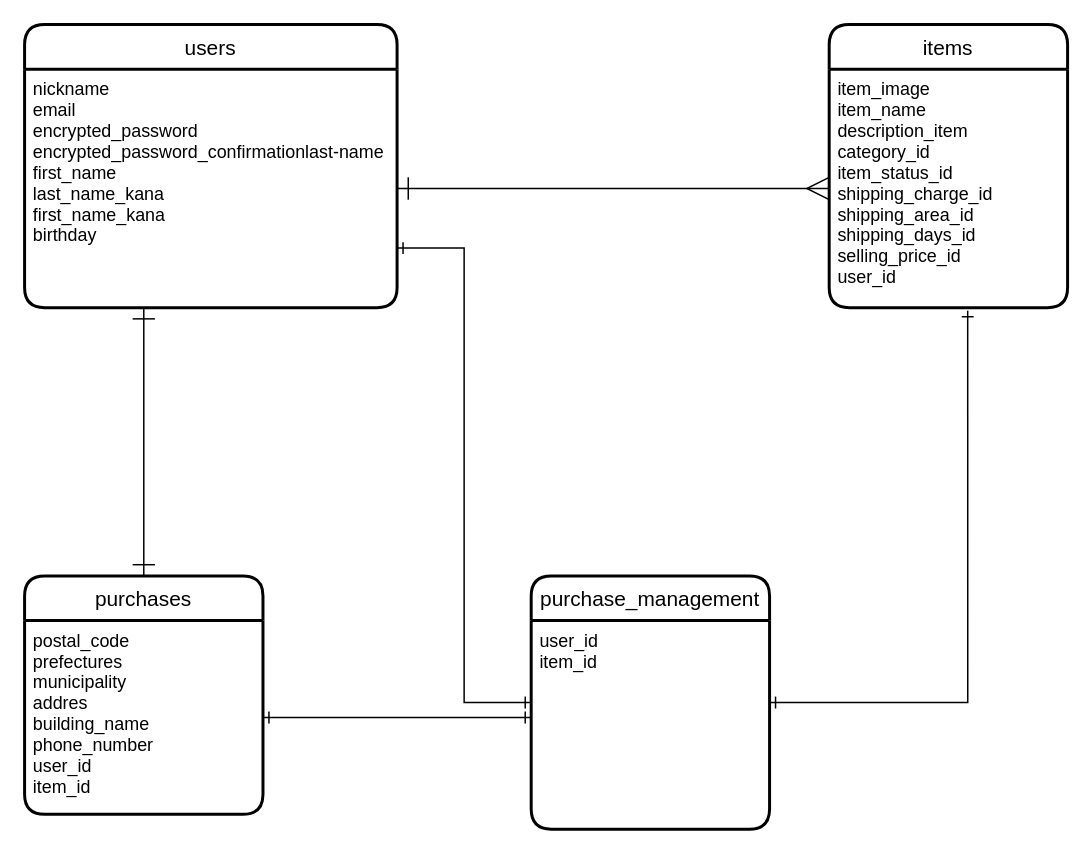
The draw.io diagram furima-35215.dio in bkrcap/furima-35215, before the edit. Source tidied: cells renumbered, new cells numbered last; positions are measured from the earlier drawing's top-left corner, leaving out a move shared by most shapes. Both pictures are drawn from the tidied source at 149%, with x=0, y=0 at pixel (24, 24).
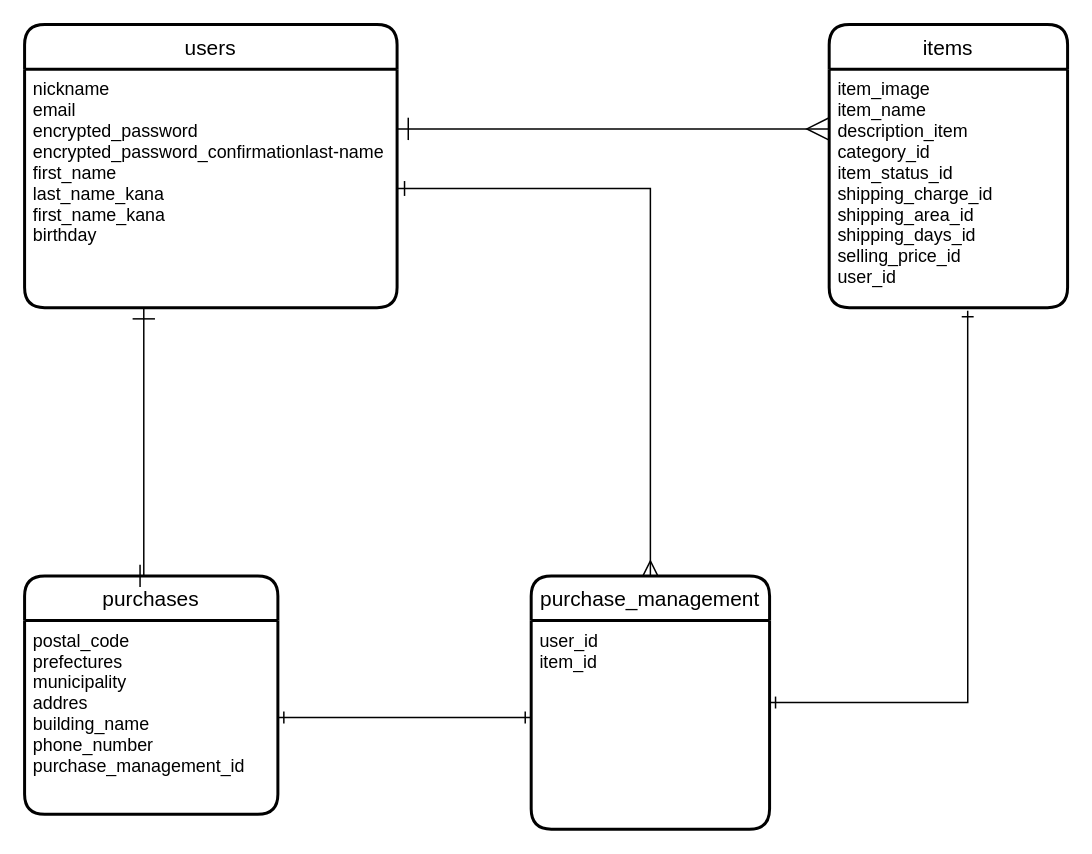
Above is the later version.

Commit message (it also covers changes not shown here):
READ.meの修正(4回目)

The edit, as a diff of the source:
```diff
@@
 <mxGraphModel>
   <root>
     <mxCell id="0" />
     <mxCell id="1" parent="0" />
     <mxCell id="2" value="users" style="swimlane;horizontal=1;startSize=30;rounded=1;fontSize=14;fontStyle=0;strokeWidth=2;shadow=0;dashed=0;align=center;" parent="1" vertex="1">
       <mxGeometry width="250" height="190" as="geometry" />
     </mxCell>
     <mxCell id="3" value="nickname&#10;email&#10;encrypted_password&#10;encrypted_password_confirmationlast-name&#10;first_name&#10;last_name_kana&#10;first_name_kana&#10;birthday" style="align=left;strokeColor=none;fillColor=none;spacingLeft=4;fontSize=12;verticalAlign=top;" parent="2" vertex="1">
       <mxGeometry y="30" width="250" height="160" as="geometry" />
     </mxCell>
     <mxCell id="4" value="items" style="swimlane;horizontal=1;startSize=30;rounded=1;fontSize=14;fontStyle=0;strokeWidth=2;shadow=0;dashed=0;align=center;" parent="1" vertex="1">
       <mxGeometry x="540" width="160" height="190" as="geometry" />
     </mxCell>
     <mxCell id="5" value="item_image&#10;item_name&#10;description_item&#10;category_id&#10;item_status_id&#10;shipping_charge_id&#10;shipping_area_id&#10;shipping_days_id&#10;selling_price_id&#10;user_id" style="align=left;strokeColor=none;fillColor=none;spacingLeft=4;fontSize=12;verticalAlign=top;" parent="4" vertex="1">
       <mxGeometry y="30" width="160" height="160" as="geometry" />
     </mxCell>
     <mxCell id="6" value="purchases" style="swimlane;horizontal=1;startSize=30;rounded=1;fontSize=14;fontStyle=0;strokeWidth=2;shadow=0;dashed=0;align=center;" parent="1" vertex="1">
-      <mxGeometry y="370" width="160" height="160" as="geometry" />
+      <mxGeometry y="370" width="170" height="160" as="geometry" />
     </mxCell>
-    <mxCell id="7" value="postal_code&#10;prefectures&#10;municipality&#10;addres&#10;building_name&#10;phone_number&#10;user_id&#10;item_id" style="align=left;strokeColor=none;fillColor=none;spacingLeft=4;fontSize=12;verticalAlign=top;" parent="6" vertex="1">
-      <mxGeometry y="30" width="160" height="130" as="geometry" />
+    <mxCell id="7" value="postal_code&#10;prefectures&#10;municipality&#10;addres&#10;building_name&#10;phone_number&#10;purchase_management_id" style="align=left;strokeColor=none;fillColor=none;spacingLeft=4;fontSize=12;verticalAlign=top;" parent="6" vertex="1">
+      <mxGeometry y="30" width="170" height="130" as="geometry" />
     </mxCell>
-    <mxCell id="8" style="edgeStyle=orthogonalEdgeStyle;rounded=0;jettySize=auto;html=1;entryX=0;entryY=0.5;entryDx=0;entryDy=0;startArrow=ERone;startFill=0;startSize=13;endArrow=ERmany;endFill=0;endSize=13;" parent="1" edge="1" source="3" target="5">
-      <mxGeometry relative="1" as="geometry" />
+    <mxCell id="8" style="edgeStyle=orthogonalEdgeStyle;rounded=0;jettySize=auto;html=1;startArrow=ERone;startFill=0;startSize=13;endArrow=ERmany;endFill=0;endSize=13;" parent="1" edge="1" source="3">
+      <mxGeometry relative="1" as="geometry">
+        <mxPoint x="540" y="70" as="targetPoint" />
+        <Array as="points">
+          <mxPoint x="540" y="70" />
+        </Array>
+      </mxGeometry>
     </mxCell>
     <mxCell id="9" style="edgeStyle=orthogonalEdgeStyle;rounded=0;jettySize=auto;html=1;entryX=0.5;entryY=0;entryDx=0;entryDy=0;startArrow=ERone;startFill=0;startSize=13;endArrow=ERone;endFill=0;endSize=13;" parent="1" edge="1" source="3" target="6">
       <mxGeometry relative="1" as="geometry">
         <Array as="points">
           <mxPoint x="80" y="240" />
           <mxPoint x="80" y="240" />
         </Array>
       </mxGeometry>
     </mxCell>
     <mxCell id="10" style="edgeStyle=orthogonalEdgeStyle;rounded=0;jettySize=auto;html=1;startArrow=ERone;startFill=0;endArrow=ERone;endFill=0;entryX=0.581;entryY=1.013;entryDx=0;entryDy=0;entryPerimeter=0;" parent="1" edge="1" source="12" target="5">
       <mxGeometry relative="1" as="geometry" />
     </mxCell>
-    <mxCell id="11" style="edgeStyle=orthogonalEdgeStyle;rounded=0;jettySize=auto;html=1;entryX=1;entryY=0.75;entryDx=0;entryDy=0;startArrow=ERone;startFill=0;endArrow=ERone;endFill=0;" parent="1" edge="1" source="12" target="3">
-      <mxGeometry relative="1" as="geometry" />
-    </mxCell>
     <mxCell id="12" value="purchase_management" style="swimlane;horizontal=1;startSize=30;rounded=1;fontSize=14;fontStyle=0;strokeWidth=2;shadow=0;dashed=0;align=center;" parent="1" vertex="1">
       <mxGeometry x="340" y="370" width="160" height="170" as="geometry" />
     </mxCell>
     <mxCell id="13" value="user_id&#10;item_id&#10;" style="align=left;strokeColor=none;fillColor=none;spacingLeft=4;fontSize=12;verticalAlign=top;" parent="12" vertex="1">
       <mxGeometry y="30" width="160" height="140" as="geometry" />
     </mxCell>
     <mxCell id="14" style="edgeStyle=orthogonalEdgeStyle;rounded=0;jettySize=auto;html=1;endArrow=ERone;endFill=0;startArrow=ERone;startFill=0;" parent="1" edge="1" source="7">
       <mxGeometry relative="1" as="geometry">
         <mxPoint x="340" y="465" as="targetPoint" />
       </mxGeometry>
     </mxCell>
+    <mxCell id="15" style="edgeStyle=orthogonalEdgeStyle;rounded=0;jettySize=auto;html=1;startArrow=ERone;startFill=0;endArrow=ERmany;endFill=0;entryX=0.5;entryY=0;entryDx=0;entryDy=0;strokeWidth=1;startSize=8;endSize=8;" parent="1" edge="1" source="3" target="12">
+      <mxGeometry relative="1" as="geometry" />
+    </mxCell>
   </root>
 </mxGraphModel>
```
